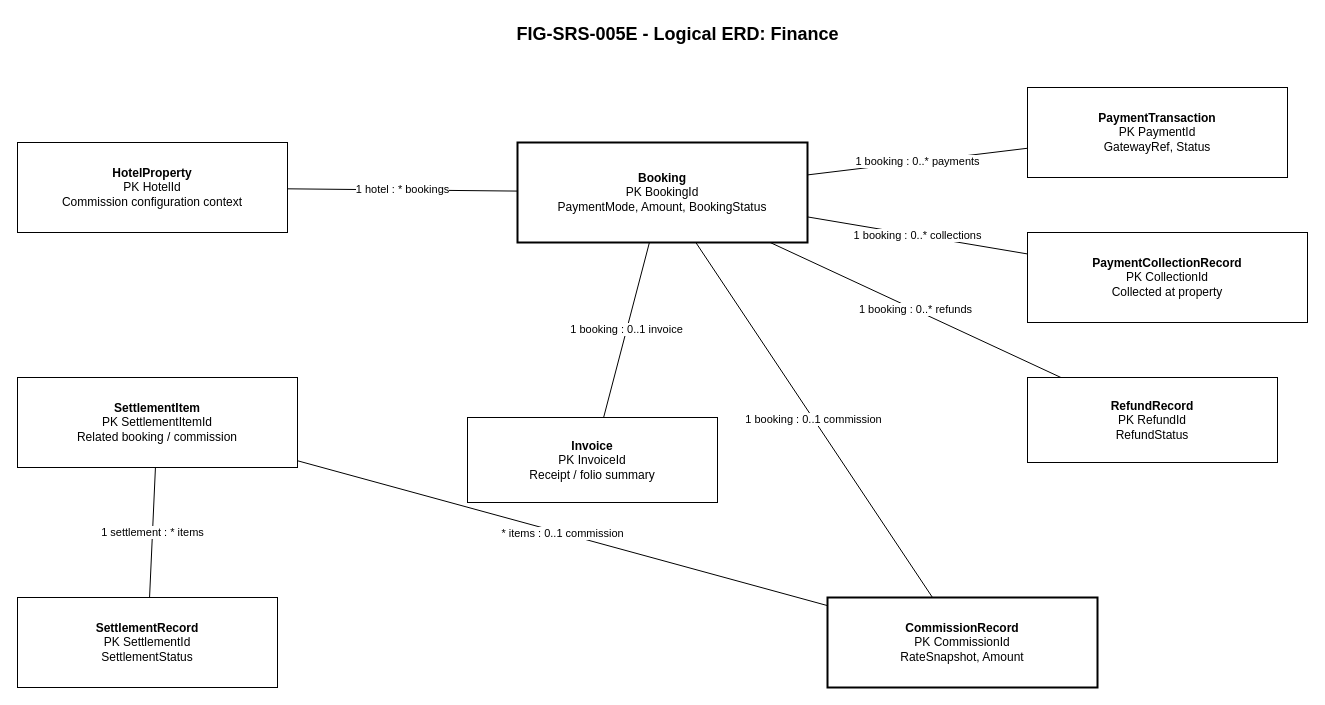
Above: diagrams/drawio/FIG-SRS-005E_logical_erd_finance.drawio in thaideptrai218/hotel-management-system-srs (draw.io), before the change. Source tidied: cells renumbered, new cells numbered last; positions are measured from the earlier drawing's top-left corner, leaving out a move shared by most shapes. Both pictures are drawn from the tidied source at 100%, with x=0, y=0 at pixel (17, 17).
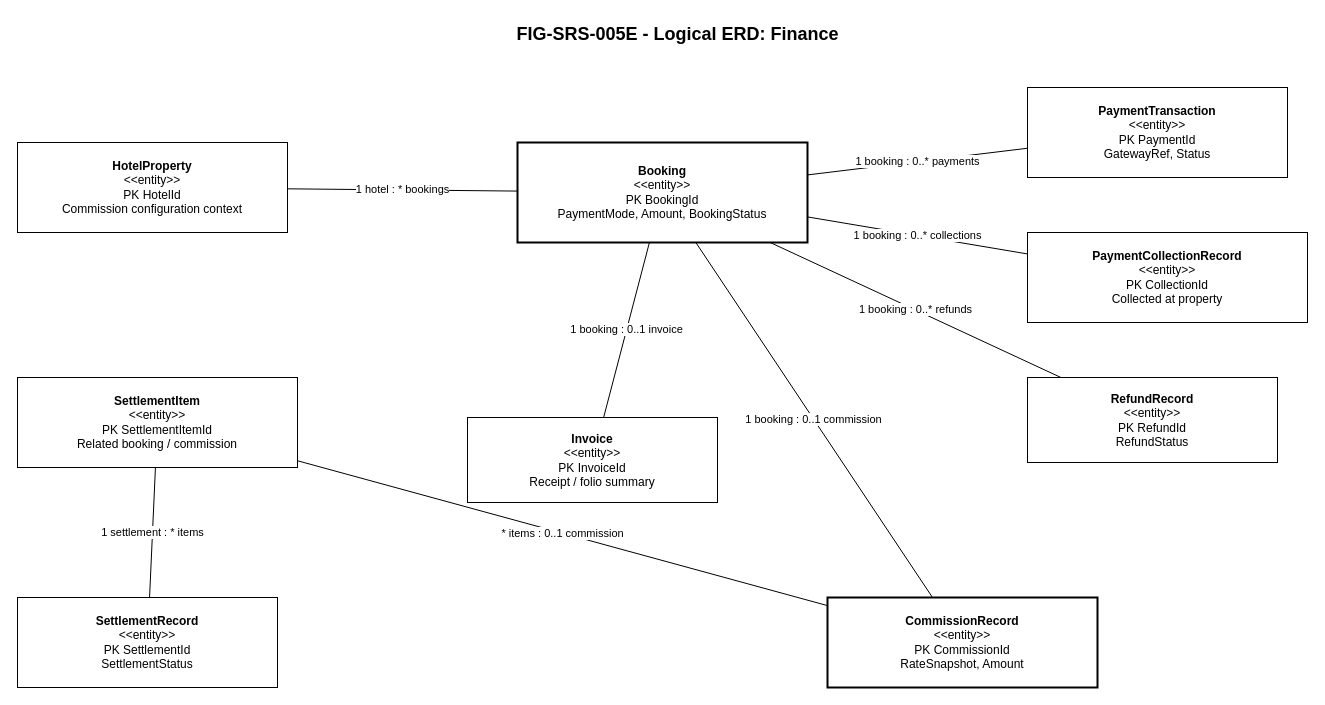
After the change.

What changed in the source:
```diff
@@
 <mxGraphModel>
   <root>
     <mxCell id="0" />
     <mxCell id="1" parent="0" />
     <mxCell id="2" value="FIG-SRS-005E - Logical ERD: Finance" style="text;html=1;strokeColor=none;fillColor=none;fontSize=18;fontStyle=1;align=center;" parent="1" vertex="1">
       <mxGeometry x="360" width="600" height="40" as="geometry" />
     </mxCell>
     <mxCell id="3" value="1 hotel : * bookings" style="endArrow=none;html=1;rounded=0;fontSize=11;labelBackgroundColor=#ffffff;" parent="1" edge="1" source="11" target="12">
       <mxGeometry relative="1" as="geometry" />
     </mxCell>
     <mxCell id="4" value="1 booking : 0..* payments" style="endArrow=none;html=1;rounded=0;fontSize=11;labelBackgroundColor=#ffffff;" parent="1" edge="1" source="12" target="13">
       <mxGeometry relative="1" as="geometry" />
     </mxCell>
     <mxCell id="5" value="1 booking : 0..* collections" style="endArrow=none;html=1;rounded=0;fontSize=11;labelBackgroundColor=#ffffff;" parent="1" edge="1" source="12" target="14">
       <mxGeometry relative="1" as="geometry" />
     </mxCell>
     <mxCell id="6" value="1 booking : 0..* refunds" style="endArrow=none;html=1;rounded=0;fontSize=11;labelBackgroundColor=#ffffff;" parent="1" edge="1" source="12" target="15">
       <mxGeometry relative="1" as="geometry" />
     </mxCell>
     <mxCell id="7" value="1 booking : 0..1 invoice" style="endArrow=none;html=1;rounded=0;fontSize=11;labelBackgroundColor=#ffffff;" parent="1" edge="1" source="12" target="16">
       <mxGeometry relative="1" as="geometry" />
     </mxCell>
     <mxCell id="8" value="1 booking : 0..1 commission" style="endArrow=none;html=1;rounded=0;fontSize=11;labelBackgroundColor=#ffffff;" parent="1" edge="1" source="12" target="17">
       <mxGeometry relative="1" as="geometry" />
     </mxCell>
     <mxCell id="9" value="1 settlement : * items" style="endArrow=none;html=1;rounded=0;fontSize=11;labelBackgroundColor=#ffffff;" parent="1" edge="1" source="18" target="19">
       <mxGeometry relative="1" as="geometry" />
     </mxCell>
     <mxCell id="10" value="* items : 0..1 commission" style="endArrow=none;html=1;rounded=0;fontSize=11;labelBackgroundColor=#ffffff;" parent="1" edge="1" source="19" target="17">
       <mxGeometry relative="1" as="geometry" />
     </mxCell>
-    <mxCell id="11" value="&lt;b&gt;HotelProperty&lt;/b&gt;&#10;PK HotelId&#10;Commission configuration context" style="rounded=0;whiteSpace=wrap;html=1;fontSize=12;fillColor=#ffffff;" parent="1" vertex="1">
+    <mxCell id="11" value="&lt;b&gt;HotelProperty&lt;/b&gt;&#10;&amp;lt;&amp;lt;entity&amp;gt;&amp;gt;&#10;PK HotelId&#10;Commission configuration context" style="rounded=0;whiteSpace=wrap;html=1;fontSize=12;fillColor=#ffffff;" parent="1" vertex="1">
       <mxGeometry y="125" width="270" height="90" as="geometry" />
     </mxCell>
-    <mxCell id="12" value="&lt;b&gt;Booking&lt;/b&gt;&#10;PK BookingId&#10;PaymentMode, Amount, BookingStatus" style="rounded=0;whiteSpace=wrap;html=1;fontSize=12;fillColor=#ffffff;strokeWidth=2;" parent="1" vertex="1">
+    <mxCell id="12" value="&lt;b&gt;Booking&lt;/b&gt;&#10;&amp;lt;&amp;lt;entity&amp;gt;&amp;gt;&#10;PK BookingId&#10;PaymentMode, Amount, BookingStatus" style="rounded=0;whiteSpace=wrap;html=1;fontSize=12;fillColor=#ffffff;strokeWidth=2;" parent="1" vertex="1">
       <mxGeometry x="500" y="125" width="290" height="100" as="geometry" />
     </mxCell>
-    <mxCell id="13" value="&lt;b&gt;PaymentTransaction&lt;/b&gt;&#10;PK PaymentId&#10;GatewayRef, Status" style="rounded=0;whiteSpace=wrap;html=1;fontSize=12;fillColor=#ffffff;" parent="1" vertex="1">
+    <mxCell id="13" value="&lt;b&gt;PaymentTransaction&lt;/b&gt;&#10;&amp;lt;&amp;lt;entity&amp;gt;&amp;gt;&#10;PK PaymentId&#10;GatewayRef, Status" style="rounded=0;whiteSpace=wrap;html=1;fontSize=12;fillColor=#ffffff;" parent="1" vertex="1">
       <mxGeometry x="1010" y="70" width="260" height="90" as="geometry" />
     </mxCell>
-    <mxCell id="14" value="&lt;b&gt;PaymentCollectionRecord&lt;/b&gt;&#10;PK CollectionId&#10;Collected at property" style="rounded=0;whiteSpace=wrap;html=1;fontSize=12;fillColor=#ffffff;" parent="1" vertex="1">
+    <mxCell id="14" value="&lt;b&gt;PaymentCollectionRecord&lt;/b&gt;&#10;&amp;lt;&amp;lt;entity&amp;gt;&amp;gt;&#10;PK CollectionId&#10;Collected at property" style="rounded=0;whiteSpace=wrap;html=1;fontSize=12;fillColor=#ffffff;" parent="1" vertex="1">
       <mxGeometry x="1010" y="215" width="280" height="90" as="geometry" />
     </mxCell>
-    <mxCell id="15" value="&lt;b&gt;RefundRecord&lt;/b&gt;&#10;PK RefundId&#10;RefundStatus" style="rounded=0;whiteSpace=wrap;html=1;fontSize=12;fillColor=#ffffff;" parent="1" vertex="1">
+    <mxCell id="15" value="&lt;b&gt;RefundRecord&lt;/b&gt;&#10;&amp;lt;&amp;lt;entity&amp;gt;&amp;gt;&#10;PK RefundId&#10;RefundStatus" style="rounded=0;whiteSpace=wrap;html=1;fontSize=12;fillColor=#ffffff;" parent="1" vertex="1">
       <mxGeometry x="1010" y="360" width="250" height="85" as="geometry" />
     </mxCell>
-    <mxCell id="16" value="&lt;b&gt;Invoice&lt;/b&gt;&#10;PK InvoiceId&#10;Receipt / folio summary" style="rounded=0;whiteSpace=wrap;html=1;fontSize=12;fillColor=#ffffff;" parent="1" vertex="1">
+    <mxCell id="16" value="&lt;b&gt;Invoice&lt;/b&gt;&#10;&amp;lt;&amp;lt;entity&amp;gt;&amp;gt;&#10;PK InvoiceId&#10;Receipt / folio summary" style="rounded=0;whiteSpace=wrap;html=1;fontSize=12;fillColor=#ffffff;" parent="1" vertex="1">
       <mxGeometry x="450" y="400" width="250" height="85" as="geometry" />
     </mxCell>
-    <mxCell id="17" value="&lt;b&gt;CommissionRecord&lt;/b&gt;&#10;PK CommissionId&#10;RateSnapshot, Amount" style="rounded=0;whiteSpace=wrap;html=1;fontSize=12;fillColor=#ffffff;strokeWidth=2;" parent="1" vertex="1">
+    <mxCell id="17" value="&lt;b&gt;CommissionRecord&lt;/b&gt;&#10;&amp;lt;&amp;lt;entity&amp;gt;&amp;gt;&#10;PK CommissionId&#10;RateSnapshot, Amount" style="rounded=0;whiteSpace=wrap;html=1;fontSize=12;fillColor=#ffffff;strokeWidth=2;" parent="1" vertex="1">
       <mxGeometry x="810" y="580" width="270" height="90" as="geometry" />
     </mxCell>
-    <mxCell id="18" value="&lt;b&gt;SettlementRecord&lt;/b&gt;&#10;PK SettlementId&#10;SettlementStatus" style="rounded=0;whiteSpace=wrap;html=1;fontSize=12;fillColor=#ffffff;" parent="1" vertex="1">
+    <mxCell id="18" value="&lt;b&gt;SettlementRecord&lt;/b&gt;&#10;&amp;lt;&amp;lt;entity&amp;gt;&amp;gt;&#10;PK SettlementId&#10;SettlementStatus" style="rounded=0;whiteSpace=wrap;html=1;fontSize=12;fillColor=#ffffff;" parent="1" vertex="1">
       <mxGeometry y="580" width="260" height="90" as="geometry" />
     </mxCell>
-    <mxCell id="19" value="&lt;b&gt;SettlementItem&lt;/b&gt;&#10;PK SettlementItemId&#10;Related booking / commission" style="rounded=0;whiteSpace=wrap;html=1;fontSize=12;fillColor=#ffffff;" parent="1" vertex="1">
+    <mxCell id="19" value="&lt;b&gt;SettlementItem&lt;/b&gt;&#10;&amp;lt;&amp;lt;entity&amp;gt;&amp;gt;&#10;PK SettlementItemId&#10;Related booking / commission" style="rounded=0;whiteSpace=wrap;html=1;fontSize=12;fillColor=#ffffff;" parent="1" vertex="1">
       <mxGeometry y="360" width="280" height="90" as="geometry" />
     </mxCell>
   </root>
 </mxGraphModel>
```
